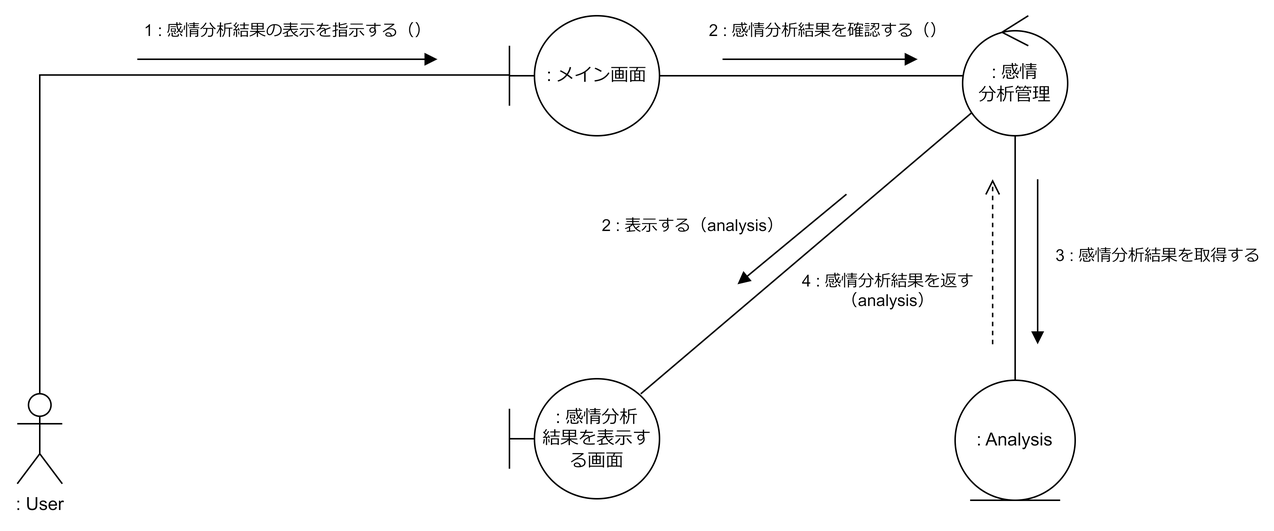
ut42univ/EmoDialog keeps this draw.io diagram as spec/figure_communication/export/#004_communication.png. Above is the earlier version. Source tidied: cells renumbered, new cells last; positions are measured from the earlier drawing's top-left corner, leaving out a move shared by most shapes.
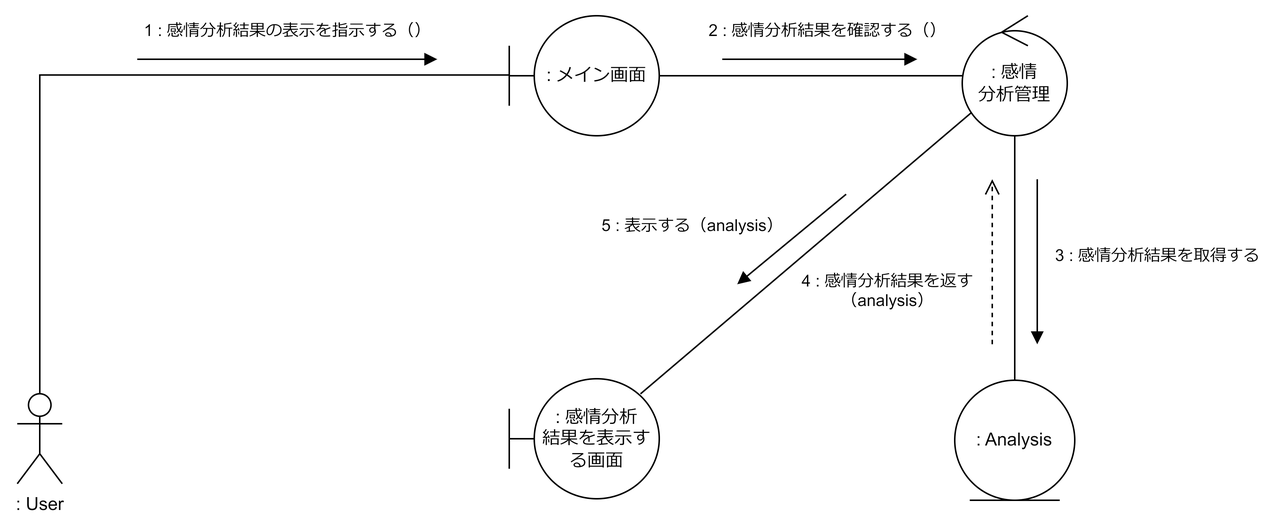
Above is the later version.

Diff of the diagram source:
```diff
@@ -30,7 +30,7 @@
     <mxCell id="8" value=": 感情分析&lt;br&gt;結果を表示する画面" style="shape=umlBoundary;whiteSpace=wrap;html=1;" parent="1" vertex="1">
       <mxGeometry x="328" y="242" width="100" height="80" as="geometry" />
     </mxCell>
-    <mxCell id="9" value="2 : 表示する（analysis）" style="html=1;verticalAlign=bottom;endArrow=block;rounded=0;" parent="1" edge="1">
+    <mxCell id="9" value="5 : 表示する（analysis）" style="html=1;verticalAlign=bottom;endArrow=block;rounded=0;" parent="1" edge="1">
       <mxGeometry x="1" y="-42" relative="1" as="geometry">
         <mxPoint x="552.6" y="119" as="sourcePoint" />
         <mxPoint x="480" y="179" as="targetPoint" />
```
